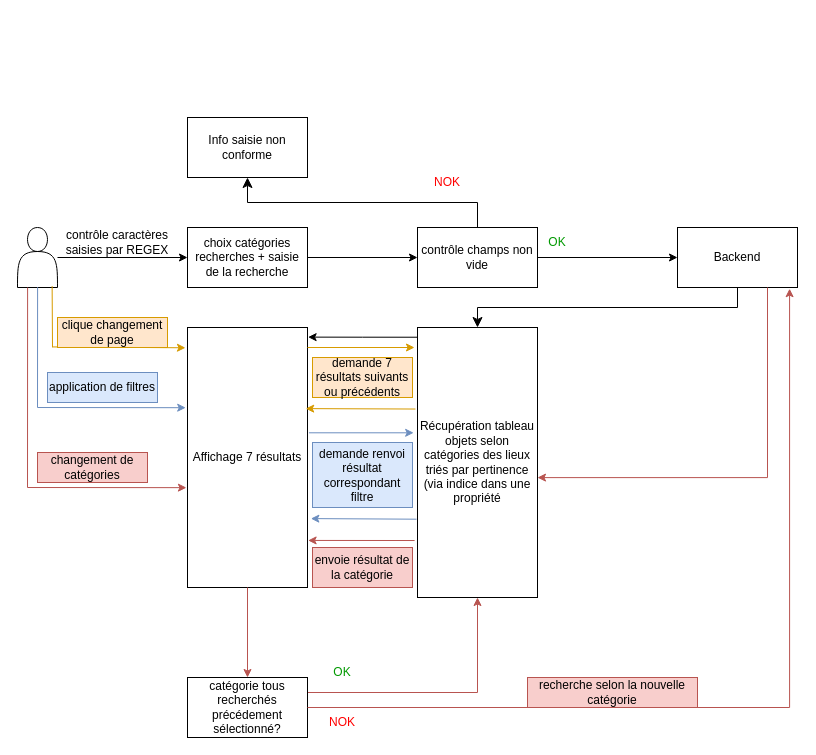
Earlier version of the draw.io diagram Schemas/search.drawio (Aurelien0192/FrenchTravel_FrontEnd). Source tidied: cells renumbered, new cells numbered last; positions are measured from the earlier drawing's top-left corner, leaving out a move shared by most shapes. Both pictures are drawn from the tidied source at 100%, with x=0, y=0 at pixel (17, 117).
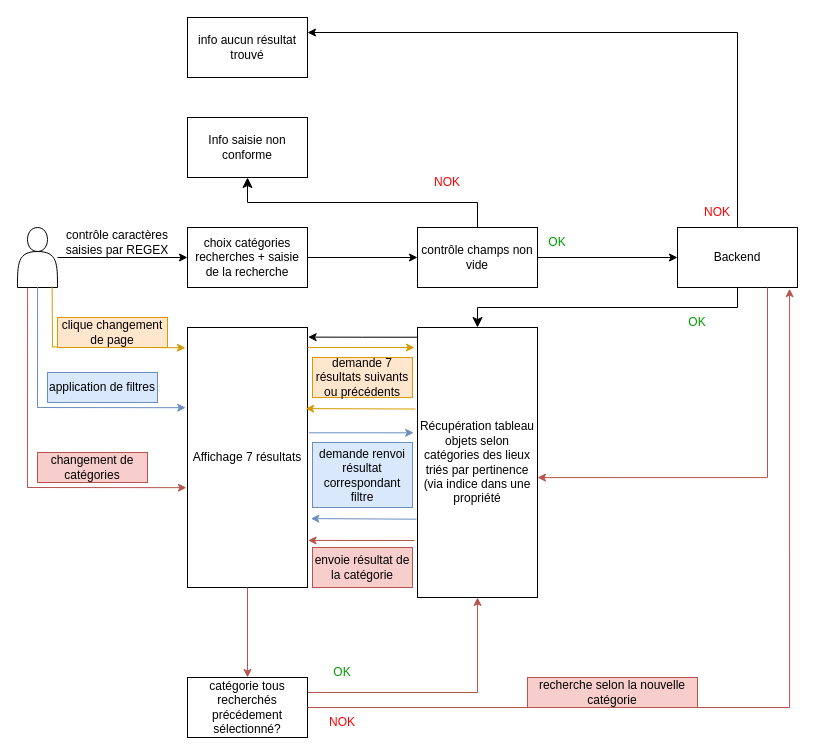
Above is the later version.

Commit message (it also covers changes not shown here):
Mettre à jour search.drawio

The change refers to these unchanged cells:
```xml
<mxCell id="6" value="Backend" style="rounded=0;whiteSpace=wrap;html=1;" parent="1" vertex="1">
  <mxGeometry x="660" y="110" width="120" height="60" as="geometry" />
</mxCell>
```

What changed in the source:
```diff
@@
+    <mxCell id="43" style="edgeStyle=orthogonalEdgeStyle;rounded=0;jettySize=auto;html=1;entryX=1;entryY=0.25;entryDx=0;entryDy=0;" parent="1" edge="1" source="6" target="45">
+      <mxGeometry relative="1" as="geometry">
+        <Array as="points">
+          <mxPoint x="720" y="-85" />
+        </Array>
+      </mxGeometry>
+    </mxCell>
@@
+    <mxCell id="44" value="&lt;font color=&quot;#009900&quot;&gt;OK&lt;/font&gt;" style="text;html=1;align=center;verticalAlign=middle;whiteSpace=wrap;rounded=0;" parent="1" vertex="1">
+      <mxGeometry x="650" y="190" width="60" height="30" as="geometry" />
+    </mxCell>
+    <mxCell id="45" value="info aucun résultat trouvé" style="rounded=0;whiteSpace=wrap;html=1;" parent="1" vertex="1">
+      <mxGeometry x="170" y="-100" width="120" height="60" as="geometry" />
+    </mxCell>
+    <mxCell id="46" value="&lt;font color=&quot;#ff0000&quot;&gt;NOK&lt;/font&gt;" style="text;html=1;align=center;verticalAlign=middle;whiteSpace=wrap;rounded=0;" parent="1" vertex="1">
+      <mxGeometry x="670" y="80" width="60" height="30" as="geometry" />
+    </mxCell>
```
